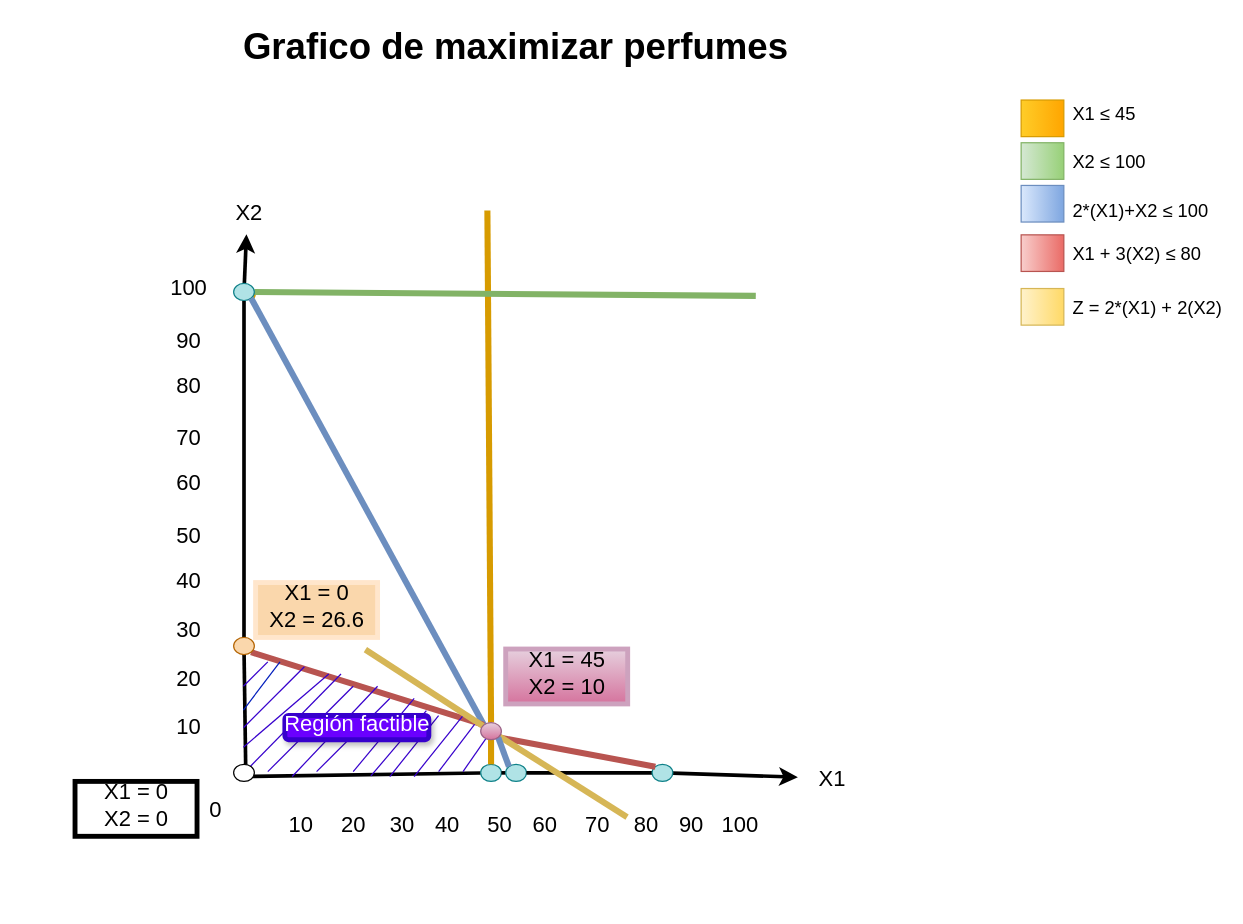
EGHFran/EGHFran keeps this draw.io diagram as Diagrama sin título.drawio. Above is the earlier version. Source tidied: cells renumbered, new cells numbered last; positions are measured from the earlier drawing's top-left corner, leaving out a move shared by most shapes. Both pictures are drawn from the tidied source at 122%, with x=0, y=0 at pixel (21, 20).
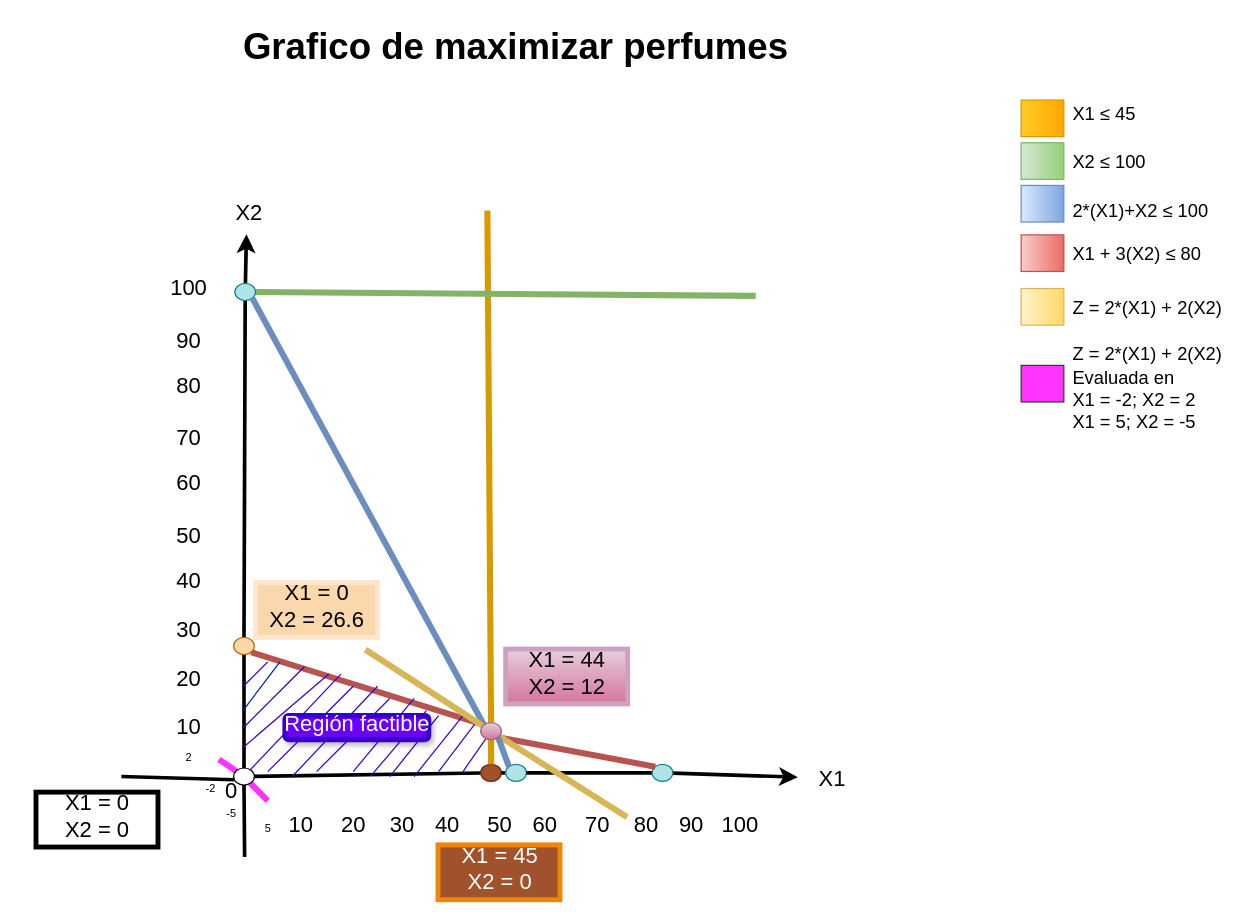
The same diagram, later.

The change refers to these unchanged cells:
```xml
<mxCell id="49" style="ellipse;whiteSpace=wrap;html=1;fillColor=#fad7ac;strokeColor=#b46504;" parent="1" vertex="1">
  <mxGeometry x="174" y="506" width="17" height="14" as="geometry" />
</mxCell>
```

What changed in the source:
```diff
@@
     <mxCell id="11" value="0" style="text;spacingTop=-5;align=center;verticalAlign=middle;fontStyle=0;html=1;fontSize=18;" parent="1" vertex="1">
-      <mxGeometry x="144" y="585.5" width="30" height="130" as="geometry" />
+      <mxGeometry x="161.5" y="624" width="20" height="20" as="geometry" />
     </mxCell>
@@
-    <mxCell id="36" style="ellipse;whiteSpace=wrap;html=1;fillColor=#b0e3e6;strokeColor=#0e8088;" parent="1" vertex="1">
+    <mxCell id="36" style="ellipse;whiteSpace=wrap;html=1;fillColor=#a0522d;strokeColor=#6D1F00;fontColor=#ffffff;" parent="1" vertex="1">
       <mxGeometry x="376.5" y="610" width="17" height="14" as="geometry" />
     </mxCell>
@@
-    <mxCell id="40" style="endArrow=none;html=1;strokeWidth=5;rounded=0;fillColor=#ffcd28;gradientColor=#ffa500;strokeColor=#d79b00;startArrow=none;" parent="1" edge="1" source="43">
-      <mxGeometry relative="1" as="geometry">
-        <mxPoint x="192" y="226" as="targetPoint" />
-      </mxGeometry>
-    </mxCell>
@@
     <mxCell id="43" style="ellipse;whiteSpace=wrap;html=1;fillColor=#b0e3e6;strokeColor=#0e8088;" parent="1" vertex="1">
-      <mxGeometry x="174" y="215.8" width="17" height="14" as="geometry" />
+      <mxGeometry x="175" y="215.8" width="17" height="14" as="geometry" />
     </mxCell>
@@
-    <mxCell id="48" style="edgeStyle=none;html=1;fontColor=#000000;strokeWidth=3;strokeColor=#000000;endArrow=none;" parent="1" edge="1" target="49">
-      <mxGeometry relative="1" as="geometry">
-        <mxPoint x="184" y="620" as="sourcePoint" />
-      </mxGeometry>
+    <mxCell id="48" style="edgeStyle=none;html=1;fontColor=#000000;strokeWidth=3;strokeColor=#000000;endArrow=none;" parent="1" edge="1" source="71" target="49">
+      <mxGeometry relative="1" as="geometry" />
     </mxCell>
@@
-    <mxCell id="69" value="&lt;div&gt;X1 = 45&lt;br&gt;&lt;/div&gt;&lt;div&gt;X2 = 10&lt;br&gt;&lt;/div&gt;" style="text;spacingTop=-5;align=center;verticalAlign=middle;fontStyle=0;html=1;fontSize=18;fillColor=#e6d0de;strokeColor=#CDA2BE;strokeWidth=4;gradientColor=#d5739d;" parent="1" vertex="1">
+    <mxCell id="69" value="&lt;div&gt;X1 = 44&lt;br&gt;&lt;/div&gt;&lt;div&gt;X2 = 12&lt;br&gt;&lt;/div&gt;" style="text;spacingTop=-5;align=center;verticalAlign=middle;fontStyle=0;html=1;fontSize=18;fillColor=#e6d0de;strokeColor=#CDA2BE;strokeWidth=4;gradientColor=#d5739d;" parent="1" vertex="1">
       <mxGeometry x="397" y="515.5" width="100" height="45" as="geometry" />
     </mxCell>
@@
-    <mxCell id="71" style="ellipse;whiteSpace=wrap;html=1;" parent="1" vertex="1">
-      <mxGeometry x="174" y="610" width="17" height="14" as="geometry" />
-    </mxCell>
     <mxCell id="72" value="&lt;div&gt;X1 = 0&lt;/div&gt;&lt;div&gt;X2 = 0&lt;br&gt;&lt;/div&gt;" style="text;spacingTop=-5;align=center;verticalAlign=middle;fontStyle=0;html=1;fontSize=18;strokeWidth=4;strokeColor=default;" parent="1" vertex="1">
-      <mxGeometry x="44" y="624" width="100" height="45" as="geometry" />
+      <mxGeometry x="12" y="632.8" width="100" height="45" as="geometry" />
     </mxCell>
@@
+    <mxCell id="81" style="endArrow=none;html=1;strokeWidth=5;rounded=0;fillColor=#dae8fc;gradientColor=#7ea6e0;strokeColor=#FF33FF;startArrow=none;" parent="1" edge="1" source="71">
+      <mxGeometry relative="1" as="geometry">
+        <mxPoint x="162" y="606" as="targetPoint" />
+      </mxGeometry>
+    </mxCell>
+    <mxCell id="82" value="&lt;div&gt;X1 = 45&lt;br&gt;&lt;/div&gt;&lt;div&gt;X2 = 0&lt;br&gt;&lt;/div&gt;" style="text;spacingTop=-5;align=center;verticalAlign=middle;fontStyle=0;html=1;fontSize=18;fillColor=#a0522d;strokeColor=#F08605;strokeWidth=4;fontColor=#ffffff;" parent="1" vertex="1">
+      <mxGeometry x="341.5" y="676" width="100" height="45" as="geometry" />
+    </mxCell>
+    <mxCell id="83" style="edgeStyle=none;html=1;fontColor=#000000;strokeWidth=3;strokeColor=#000000;endArrow=none;entryX=0.5;entryY=1;entryDx=0;entryDy=0;" parent="1" edge="1" target="71">
+      <mxGeometry relative="1" as="geometry">
+        <mxPoint x="183" y="686" as="sourcePoint" />
+      </mxGeometry>
+    </mxCell>
+    <mxCell id="84" style="edgeStyle=none;html=1;fontColor=#000000;strokeWidth=3;strokeColor=#000000;endArrow=none;entryX=0.039;entryY=0.69;entryDx=0;entryDy=0;entryPerimeter=0;" parent="1" edge="1" target="71">
+      <mxGeometry relative="1" as="geometry">
+        <mxPoint x="82" y="620" as="sourcePoint" />
+      </mxGeometry>
+    </mxCell>
+    <mxCell id="85" value="&lt;font style=&quot;font-size: 9px;&quot;&gt;2&lt;/font&gt;" style="text;spacingTop=-5;align=center;verticalAlign=middle;fontStyle=0;html=1;fontSize=18;" parent="1" vertex="1">
+      <mxGeometry x="134.5" y="598" width="5" height="12" as="geometry" />
+    </mxCell>
+    <mxCell id="86" value="&lt;font style=&quot;font-size: 9px;&quot;&gt;-2&lt;/font&gt;" style="text;spacingTop=-5;align=center;verticalAlign=middle;fontStyle=0;html=1;fontSize=18;" parent="1" vertex="1">
+      <mxGeometry x="152" y="623.5" width="5" height="12" as="geometry" />
+    </mxCell>
+    <mxCell id="87" value="&lt;font style=&quot;font-size: 9px;&quot;&gt;-5&lt;/font&gt;" style="text;spacingTop=-5;align=center;verticalAlign=middle;fontStyle=0;html=1;fontSize=18;" parent="1" vertex="1">
+      <mxGeometry x="169" y="644" width="5" height="12" as="geometry" />
+    </mxCell>
+    <mxCell id="88" value="&lt;font style=&quot;font-size: 9px;&quot;&gt;5&lt;/font&gt;" style="text;spacingTop=-5;align=center;verticalAlign=middle;fontStyle=0;html=1;fontSize=18;" parent="1" vertex="1">
+      <mxGeometry x="192" y="656" width="20" height="12" as="geometry" />
+    </mxCell>
+    <mxCell id="89" style="endArrow=none;html=1;strokeWidth=5;rounded=0;fillColor=none;startArrow=none;strokeColor=#FF33FF;" parent="1" edge="1" target="71">
+      <mxGeometry relative="1" as="geometry">
+        <mxPoint x="202" y="640" as="sourcePoint" />
+      </mxGeometry>
+    </mxCell>
+    <mxCell id="90" style="edgeStyle=none;html=1;fontColor=#000000;strokeWidth=3;strokeColor=#000000;endArrow=none;" parent="1" edge="1" target="71">
+      <mxGeometry relative="1" as="geometry">
+        <mxPoint x="184" y="620" as="sourcePoint" />
+      </mxGeometry>
+    </mxCell>
+    <mxCell id="71" style="ellipse;whiteSpace=wrap;html=1;" parent="1" vertex="1">
+      <mxGeometry x="174" y="613" width="17" height="14" as="geometry" />
+    </mxCell>
+    <mxCell id="91" style="whiteSpace=wrap;fillColor=#FF33FF;gradientDirection=east;strokeColor=#36393d;html=1;" parent="1" vertex="1">
+      <mxGeometry x="819.5" y="283" width="35" height="30" as="geometry" />
+    </mxCell>
+    <mxCell id="92" value="Z = 2*(X1) + 2(X2) " style="text;spacingTop=-5;html=1;fontSize=15;" parent="1" vertex="1">
+      <mxGeometry x="859.5" y="263" width="80" height="20" as="geometry" />
+    </mxCell>
+    <mxCell id="93" value="&lt;div&gt;Evaluada en &lt;br&gt;&lt;/div&gt;&lt;div&gt;X1 = -2; X2 = 2&lt;/div&gt;&lt;div&gt;X1 = 5; X2 = -5&lt;br&gt;&lt;/div&gt;" style="text;spacingTop=-5;html=1;fontSize=15;" parent="1" vertex="1">
+      <mxGeometry x="859.5" y="283" width="80" height="20" as="geometry" />
+    </mxCell>
```
